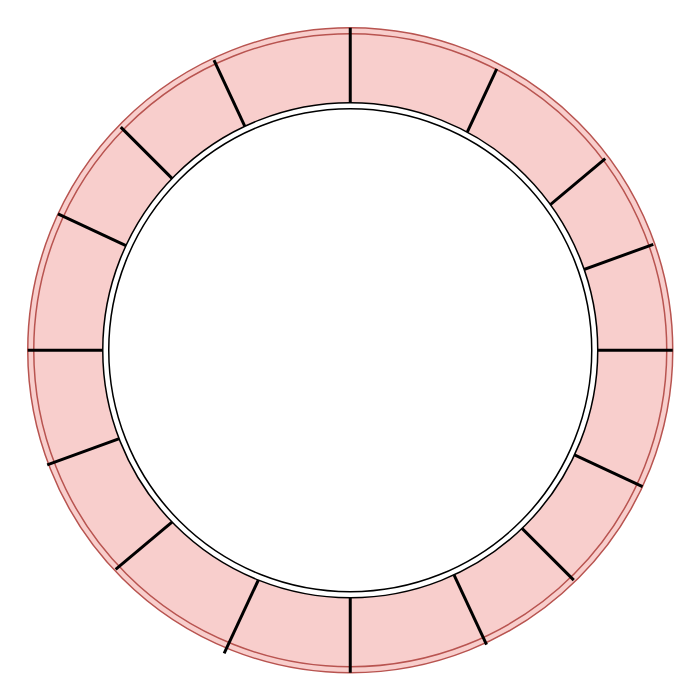
forfreeday/design keeps this draw.io diagram as slot结构.drawio. Above is the earlier version. Source tidied: cells renumbered, new cells numbered last; positions are measured from the earlier drawing's top-left corner, leaving out a move shared by most shapes. Both pictures are drawn from the tidied source at 150%, with x=0, y=0 at pixel (27, 27).
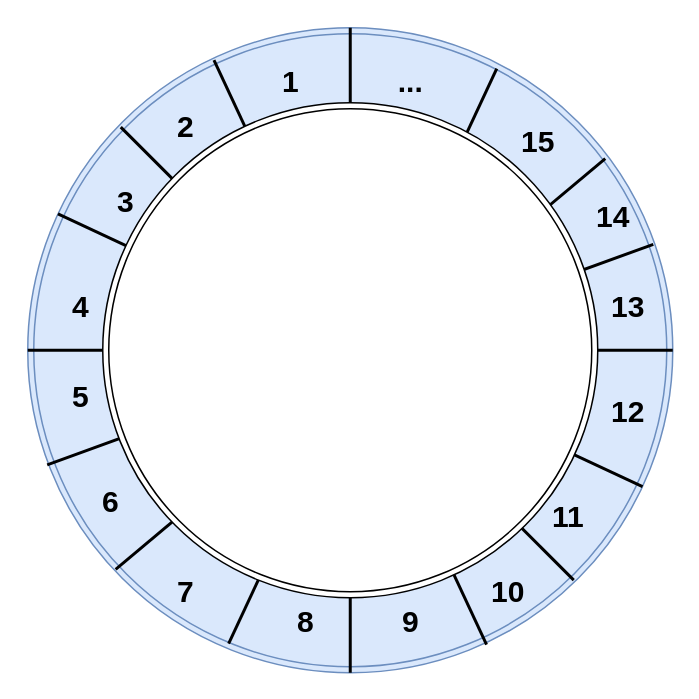
The same page after the edit.

Change to the diagram source:
```diff
@@
-    <mxCell id="2" style="ellipse;shape=doubleEllipse;whiteSpace=wrap;html=1;fillColor=#f8cecc;strokeColor=#b85450;" parent="1" vertex="1">
+    <mxCell id="2" style="ellipse;shape=doubleEllipse;whiteSpace=wrap;html=1;fillColor=#dae8fc;strokeColor=#6c8ebf;" parent="1" vertex="1">
       <mxGeometry width="430" height="430" as="geometry" />
     </mxCell>
@@
     <mxCell id="7" style="line;strokeWidth=2;direction=south;html=1;rotation=25;" parent="1" vertex="1">
-      <mxGeometry x="216.8" y="7.2" width="10" height="430" as="geometry" />
+      <mxGeometry x="218.3" y="7.5" width="10" height="422.9" as="geometry" />
     </mxCell>
@@
+    <mxCell id="12" value="1" style="text;html=1;align=center;verticalAlign=middle;fillColor=none;strokeColor=none;rounded=0;rotation=0;fontSize=20;fontStyle=1;" parent="1" vertex="1">
+      <mxGeometry x="160" y="20" width="30" height="30" as="geometry" />
+    </mxCell>
+    <mxCell id="13" value="7" style="text;html=1;align=center;verticalAlign=middle;fillColor=none;strokeColor=none;rounded=0;rotation=0;fontSize=20;fontStyle=1;" parent="1" vertex="1">
+      <mxGeometry x="90" y="360" width="30" height="30" as="geometry" />
+    </mxCell>
+    <mxCell id="14" value="..." style="text;html=1;align=center;verticalAlign=middle;fillColor=none;strokeColor=none;rounded=0;rotation=0;fontSize=20;fontStyle=1;" parent="1" vertex="1">
+      <mxGeometry x="240" y="20" width="30" height="30" as="geometry" />
+    </mxCell>
+    <mxCell id="15" value="5" style="text;html=1;align=center;verticalAlign=middle;fillColor=none;strokeColor=none;rounded=0;rotation=0;fontSize=20;fontStyle=1;" parent="1" vertex="1">
+      <mxGeometry x="20" y="230" width="30" height="30" as="geometry" />
+    </mxCell>
+    <mxCell id="16" value="3" style="text;html=1;align=center;verticalAlign=middle;fillColor=none;strokeColor=none;rounded=0;rotation=0;fontSize=20;fontStyle=1;" parent="1" vertex="1">
+      <mxGeometry x="50" y="100" width="30" height="30" as="geometry" />
+    </mxCell>
+    <mxCell id="17" value="4" style="text;html=1;align=center;verticalAlign=middle;fillColor=none;strokeColor=none;rounded=0;rotation=0;fontSize=20;fontStyle=1;" parent="1" vertex="1">
+      <mxGeometry x="20" y="170" width="30" height="30" as="geometry" />
+    </mxCell>
+    <mxCell id="18" value="6" style="text;html=1;align=center;verticalAlign=middle;fillColor=none;strokeColor=none;rounded=0;rotation=0;fontSize=20;fontStyle=1;" parent="1" vertex="1">
+      <mxGeometry x="40" y="300" width="30" height="30" as="geometry" />
+    </mxCell>
+    <mxCell id="19" value="2" style="text;html=1;align=center;verticalAlign=middle;fillColor=none;strokeColor=none;rounded=0;rotation=0;fontSize=20;fontStyle=1;" parent="1" vertex="1">
+      <mxGeometry x="90" y="50" width="30" height="30" as="geometry" />
+    </mxCell>
+    <mxCell id="20" value="15" style="text;html=1;align=center;verticalAlign=middle;fillColor=none;strokeColor=none;rounded=0;rotation=0;fontSize=20;fontStyle=1;" parent="1" vertex="1">
+      <mxGeometry x="320" y="60" width="40" height="30" as="geometry" />
+    </mxCell>
+    <mxCell id="21" value="9" style="text;html=1;align=center;verticalAlign=middle;fillColor=none;strokeColor=none;rounded=0;rotation=0;fontSize=20;fontStyle=1;" parent="1" vertex="1">
+      <mxGeometry x="240" y="380" width="30" height="30" as="geometry" />
+    </mxCell>
+    <mxCell id="22" value="8" style="text;html=1;align=center;verticalAlign=middle;fillColor=none;strokeColor=none;rounded=0;rotation=0;fontSize=20;fontStyle=1;" parent="1" vertex="1">
+      <mxGeometry x="170" y="380" width="30" height="30" as="geometry" />
+    </mxCell>
+    <mxCell id="23" value="10" style="text;html=1;align=center;verticalAlign=middle;fillColor=none;strokeColor=none;rounded=0;rotation=0;fontSize=20;fontStyle=1;" parent="1" vertex="1">
+      <mxGeometry x="300" y="360" width="40" height="30" as="geometry" />
+    </mxCell>
+    <mxCell id="24" value="14" style="text;html=1;align=center;verticalAlign=middle;fillColor=none;strokeColor=none;rounded=0;rotation=0;fontSize=20;fontStyle=1;" parent="1" vertex="1">
+      <mxGeometry x="370" y="110" width="40" height="30" as="geometry" />
+    </mxCell>
+    <mxCell id="25" value="13" style="text;html=1;align=center;verticalAlign=middle;fillColor=none;strokeColor=none;rounded=0;rotation=0;fontSize=20;fontStyle=1;" parent="1" vertex="1">
+      <mxGeometry x="380" y="170" width="40" height="30" as="geometry" />
+    </mxCell>
+    <mxCell id="26" value="12" style="text;html=1;align=center;verticalAlign=middle;fillColor=none;strokeColor=none;rounded=0;rotation=0;fontSize=20;fontStyle=1;" parent="1" vertex="1">
+      <mxGeometry x="380" y="240" width="40" height="30" as="geometry" />
+    </mxCell>
+    <mxCell id="27" value="11" style="text;html=1;align=center;verticalAlign=middle;fillColor=none;strokeColor=none;rounded=0;rotation=0;fontSize=20;fontStyle=1;" parent="1" vertex="1">
+      <mxGeometry x="340" y="310" width="40" height="30" as="geometry" />
+    </mxCell>
```
